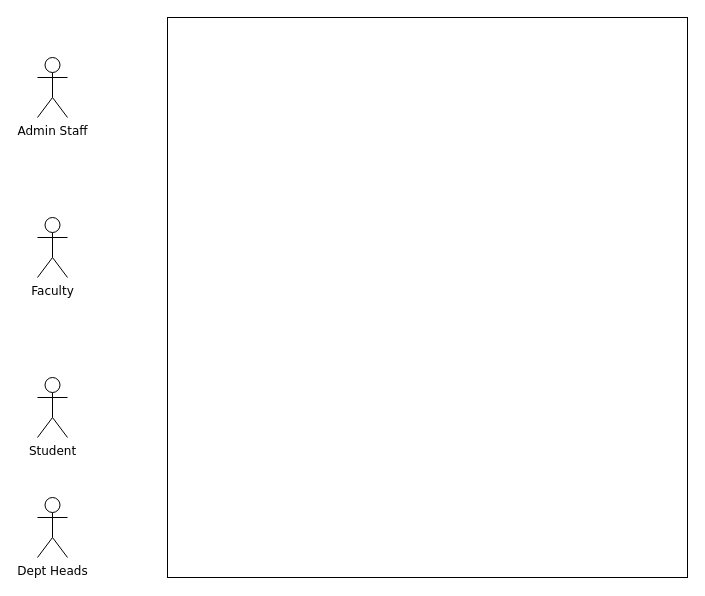
This is 02 - LMS-SysCollege/02 - Diagrams/Use Case Diagram.drawio from ZohaibWaqarMalik/Technical-Business-Analyst-Projects, a draw.io file, before an edit. Source tidied: cells renumbered, new cells numbered last; positions are measured from the earlier drawing's top-left corner, leaving out a move shared by most shapes. Both pictures are drawn from the tidied source at 100%, with x=0, y=0 at pixel (37, 17).
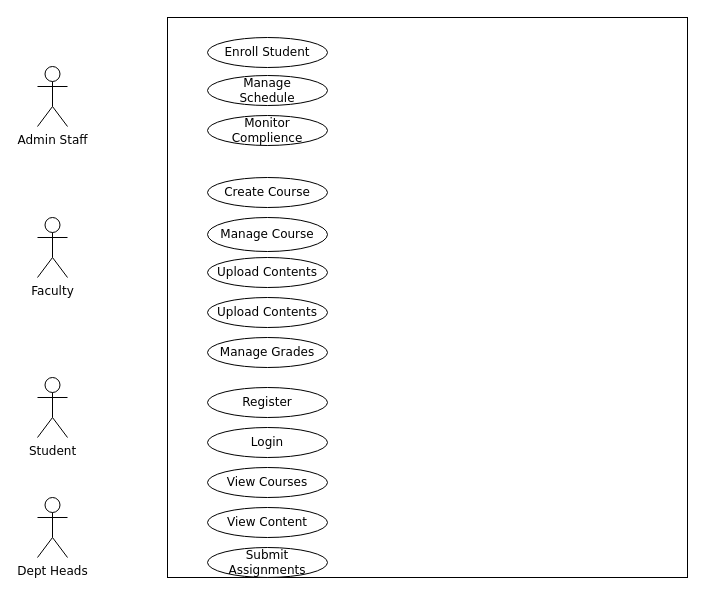
The same page after the edit.

Commit message (it also covers changes not shown here):
Update Use Case Diagram

Mapped Use Cases for Admin Staff

The edit, as a diff of the source:
```diff
@@
 <mxGraphModel>
   <root>
     <mxCell id="0" />
     <mxCell id="1" parent="0" />
     <mxCell id="2" style="rounded=0;whiteSpace=wrap;html=1;" parent="1" vertex="1">
       <mxGeometry x="130" width="520" height="560" as="geometry" />
     </mxCell>
     <mxCell id="3" value="&lt;font face=&quot;Verdana&quot;&gt;Admin Staff&lt;/font&gt;" style="shape=umlActor;verticalLabelPosition=bottom;verticalAlign=top;html=1;" parent="1" vertex="1">
-      <mxGeometry y="40" width="30" height="60" as="geometry" />
+      <mxGeometry y="49" width="30" height="60" as="geometry" />
     </mxCell>
     <mxCell id="4" value="&lt;font face=&quot;Verdana&quot;&gt;Faculty&lt;/font&gt;" style="shape=umlActor;verticalLabelPosition=bottom;verticalAlign=top;html=1;" parent="1" vertex="1">
       <mxGeometry y="200" width="30" height="60" as="geometry" />
     </mxCell>
     <mxCell id="5" value="&lt;font face=&quot;Verdana&quot;&gt;Student&lt;/font&gt;" style="shape=umlActor;verticalLabelPosition=bottom;verticalAlign=top;html=1;" parent="1" vertex="1">
       <mxGeometry y="360" width="30" height="60" as="geometry" />
     </mxCell>
     <mxCell id="6" value="&lt;font face=&quot;Verdana&quot;&gt;Dept Heads&lt;/font&gt;" style="shape=umlActor;verticalLabelPosition=bottom;verticalAlign=top;html=1;" parent="1" vertex="1">
       <mxGeometry y="480" width="30" height="60" as="geometry" />
     </mxCell>
+    <mxCell id="7" value="&lt;font face=&quot;Verdana&quot;&gt;Enroll Student&lt;/font&gt;" style="ellipse;whiteSpace=wrap;html=1;" parent="1" vertex="1">
+      <mxGeometry x="170" y="20" width="120" height="30" as="geometry" />
+    </mxCell>
+    <mxCell id="8" value="&lt;font face=&quot;Verdana&quot;&gt;Manage&lt;/font&gt;&lt;div&gt;&lt;font face=&quot;Verdana&quot;&gt;Schedule&lt;/font&gt;&lt;/div&gt;" style="ellipse;whiteSpace=wrap;html=1;" parent="1" vertex="1">
+      <mxGeometry x="170" y="58" width="120" height="30" as="geometry" />
+    </mxCell>
+    <mxCell id="9" value="&lt;font face=&quot;Verdana&quot;&gt;Monitor Complience&lt;/font&gt;" style="ellipse;whiteSpace=wrap;html=1;" parent="1" vertex="1">
+      <mxGeometry x="170" y="98" width="120" height="30" as="geometry" />
+    </mxCell>
+    <mxCell id="10" value="&lt;font face=&quot;Verdana&quot;&gt;Create Course&lt;/font&gt;" style="ellipse;whiteSpace=wrap;html=1;" parent="1" vertex="1">
+      <mxGeometry x="170" y="160" width="120" height="30" as="geometry" />
+    </mxCell>
+    <mxCell id="11" value="&lt;font face=&quot;Verdana&quot;&gt;Manage Course&lt;/font&gt;" style="ellipse;whiteSpace=wrap;html=1;" parent="1" vertex="1">
+      <mxGeometry x="170" y="200" width="120" height="34" as="geometry" />
+    </mxCell>
+    <mxCell id="12" value="&lt;font face=&quot;Verdana&quot;&gt;Upload Contents&lt;/font&gt;" style="ellipse;whiteSpace=wrap;html=1;" parent="1" vertex="1">
+      <mxGeometry x="170" y="240" width="120" height="30" as="geometry" />
+    </mxCell>
+    <mxCell id="13" value="&lt;font face=&quot;Verdana&quot;&gt;Upload Contents&lt;/font&gt;" style="ellipse;whiteSpace=wrap;html=1;" parent="1" vertex="1">
+      <mxGeometry x="170" y="280" width="120" height="30" as="geometry" />
+    </mxCell>
+    <mxCell id="14" value="&lt;font face=&quot;Verdana&quot;&gt;Manage Grades&lt;/font&gt;" style="ellipse;whiteSpace=wrap;html=1;" parent="1" vertex="1">
+      <mxGeometry x="170" y="320" width="120" height="30" as="geometry" />
+    </mxCell>
+    <mxCell id="15" value="&lt;font face=&quot;Verdana&quot;&gt;Register&lt;/font&gt;" style="ellipse;whiteSpace=wrap;html=1;" parent="1" vertex="1">
+      <mxGeometry x="170" y="370" width="120" height="30" as="geometry" />
+    </mxCell>
+    <mxCell id="16" value="&lt;font face=&quot;Verdana&quot;&gt;Login&lt;/font&gt;" style="ellipse;whiteSpace=wrap;html=1;" parent="1" vertex="1">
+      <mxGeometry x="170" y="410" width="120" height="30" as="geometry" />
+    </mxCell>
+    <mxCell id="17" value="&lt;font face=&quot;Verdana&quot;&gt;View Courses&lt;/font&gt;" style="ellipse;whiteSpace=wrap;html=1;" parent="1" vertex="1">
+      <mxGeometry x="170" y="450" width="120" height="30" as="geometry" />
+    </mxCell>
+    <mxCell id="18" value="&lt;font face=&quot;Verdana&quot;&gt;View Content&lt;/font&gt;" style="ellipse;whiteSpace=wrap;html=1;" parent="1" vertex="1">
+      <mxGeometry x="170" y="490" width="120" height="30" as="geometry" />
+    </mxCell>
+    <mxCell id="19" value="&lt;font face=&quot;Verdana&quot;&gt;Submit Assignments&lt;/font&gt;" style="ellipse;whiteSpace=wrap;html=1;" parent="1" vertex="1">
+      <mxGeometry x="170" y="530" width="120" height="30" as="geometry" />
+    </mxCell>
   </root>
 </mxGraphModel>
```
